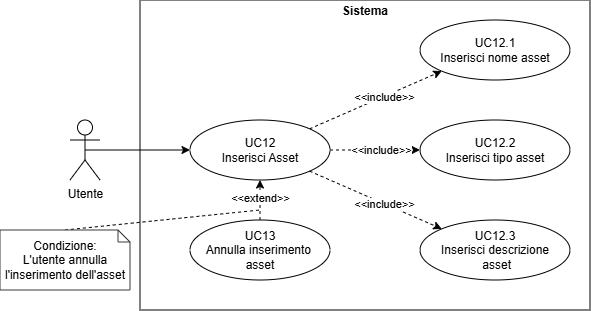
Before: src/images/diagrammiUML/UC-12.png, a diagram exported from draw.io (CoderiusGroup/Documentazione). Source tidied: cells renumbered, new cells last; positions are measured from the earlier drawing's top-left corner, leaving out a move shared by most shapes.
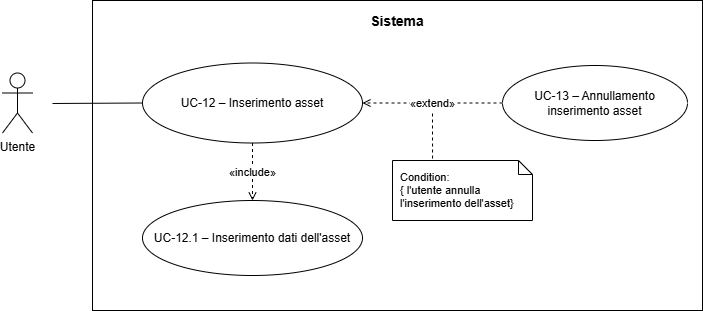
After the commit.

What changed in the source:
```diff
@@ -2,61 +2,39 @@
   <root>
     <mxCell id="0" />
     <mxCell id="1" parent="0" />
-    <mxCell id="2" value="&lt;p style=&quot;margin:0px;margin-top:4px;text-align:center;&quot;&gt;&lt;b&gt;Sistema&lt;/b&gt;&lt;/p&gt;" style="verticalAlign=top;align=left;overflow=fill;html=1;whiteSpace=wrap;fontColor=#000000;" parent="1" vertex="1">
-      <mxGeometry x="140" width="450" height="310" as="geometry" />
+    <mxCell id="2" value="&lt;b&gt;Sistema&lt;/b&gt;" style="rounded=0;whiteSpace=wrap;html=1;fillColor=none;strokeColor=#000000;strokeWidth=1;align=center;verticalAlign=top;fontSize=14;spacingTop=6;fontStyle=0;" parent="1" vertex="1">
+      <mxGeometry x="-10" y="-250" width="610" height="310" as="geometry" />
     </mxCell>
-    <mxCell id="3" style="edgeStyle=orthogonalEdgeStyle;rounded=0;jettySize=auto;html=1;exitX=0.5;exitY=0.5;exitDx=0;exitDy=0;exitPerimeter=0;entryX=0;entryY=0.5;entryDx=0;entryDy=0;" parent="1" edge="1" source="4" target="7">
-      <mxGeometry relative="1" as="geometry" />
-    </mxCell>
     <mxCell id="4" value="Utente" style="shape=umlActor;verticalLabelPosition=bottom;verticalAlign=top;html=1;outlineConnect=0;" parent="1" vertex="1">
-      <mxGeometry x="70" y="120" width="30" height="60" as="geometry" />
+      <mxGeometry x="-100" y="-177.5" width="30" height="60" as="geometry" />
     </mxCell>
-    <mxCell id="5" style="rounded=0;jettySize=auto;html=1;exitX=1;exitY=0;exitDx=0;exitDy=0;entryX=0;entryY=1;entryDx=0;entryDy=0;dashed=1;endArrow=classic;endFill=1;" parent="1" edge="1" source="7" target="8">
-      <mxGeometry relative="1" as="geometry" />
-    </mxCell>
-    <mxCell id="6" value="&amp;lt;&amp;lt;include&amp;gt;&amp;gt;" style="edgeLabel;html=1;align=center;verticalAlign=middle;" parent="5" vertex="1">
-      <mxGeometry x="0.13" relative="1" as="geometry" />
-    </mxCell>
-    <mxCell id="7" value="UC12&lt;div&gt;Inserisci Asset&lt;/div&gt;" style="ellipse;html=1;whiteSpace=wrap;" parent="1" vertex="1">
-      <mxGeometry x="190" y="120" width="140" height="60" as="geometry" />
-    </mxCell>
-    <mxCell id="8" value="UC12.1&lt;div&gt;Inserisci nome asset&lt;/div&gt;" style="ellipse;html=1;whiteSpace=wrap;" parent="1" vertex="1">
-      <mxGeometry x="420" y="20" width="150" height="60" as="geometry" />
-    </mxCell>
-    <mxCell id="9" value="UC12.2&lt;div&gt;Inserisci tipo asset&lt;/div&gt;" style="ellipse;html=1;whiteSpace=wrap;" parent="1" vertex="1">
-      <mxGeometry x="420" y="120" width="150" height="60" as="geometry" />
-    </mxCell>
-    <mxCell id="10" value="UC12.3&lt;div&gt;Inserisci descrizione&lt;/div&gt;&lt;div&gt;&amp;nbsp;asset&lt;/div&gt;" style="ellipse;html=1;whiteSpace=wrap;" parent="1" vertex="1">
-      <mxGeometry x="420" y="220" width="150" height="60" as="geometry" />
-    </mxCell>
-    <mxCell id="11" style="rounded=0;jettySize=auto;html=1;exitX=1;exitY=0.5;exitDx=0;exitDy=0;entryX=0;entryY=0.5;entryDx=0;entryDy=0;dashed=1;endArrow=classic;endFill=1;" parent="1" edge="1" source="7" target="9">
-      <mxGeometry relative="1" as="geometry" />
-    </mxCell>
-    <mxCell id="12" value="&amp;lt;&amp;lt;include&amp;gt;&amp;gt;" style="edgeLabel;html=1;align=center;verticalAlign=middle;" parent="11" vertex="1">
-      <mxGeometry x="0.13" relative="1" as="geometry" />
-    </mxCell>
-    <mxCell id="13" style="rounded=0;jettySize=auto;html=1;exitX=1;exitY=1;exitDx=0;exitDy=0;entryX=0;entryY=0;entryDx=0;entryDy=0;dashed=1;endArrow=classic;endFill=1;" parent="1" edge="1" source="7" target="10">
-      <mxGeometry relative="1" as="geometry" />
-    </mxCell>
-    <mxCell id="14" value="&amp;lt;&amp;lt;include&amp;gt;&amp;gt;" style="edgeLabel;html=1;align=center;verticalAlign=middle;" parent="13" vertex="1">
-      <mxGeometry x="0.13" relative="1" as="geometry" />
-    </mxCell>
-    <mxCell id="15" value="UC13&lt;div&gt;Annulla inserimento&amp;nbsp;&lt;/div&gt;&lt;div&gt;asset&lt;/div&gt;" style="ellipse;html=1;whiteSpace=wrap;" parent="1" vertex="1">
-      <mxGeometry x="190" y="220" width="140" height="60" as="geometry" />
-    </mxCell>
-    <mxCell id="16" style="rounded=0;jettySize=auto;html=1;exitX=0.5;exitY=0;exitDx=0;exitDy=0;dashed=1;endArrow=classic;endFill=1;entryX=0.5;entryY=1;entryDx=0;entryDy=0;" parent="1" edge="1" source="15" target="7">
-      <mxGeometry relative="1" as="geometry" />
-    </mxCell>
-    <mxCell id="17" value="&amp;lt;&amp;lt;extend&amp;gt;&amp;gt;" style="edgeLabel;html=1;align=center;verticalAlign=middle;" parent="16" vertex="1">
-      <mxGeometry x="0.13" relative="1" as="geometry" />
-    </mxCell>
-    <mxCell id="18" style="rounded=0;jettySize=auto;html=1;exitX=0.5;exitY=0;exitDx=0;exitDy=0;exitPerimeter=0;dashed=1;endArrow=none;endFill=0;" parent="1" edge="1" source="19">
-      <mxGeometry relative="1" as="geometry">
-        <mxPoint x="260" y="210" as="targetPoint" />
-      </mxGeometry>
-    </mxCell>
-    <mxCell id="19" value="&lt;div&gt;Condizione:&lt;/div&gt;&lt;div&gt;L'utente annulla&lt;/div&gt;&lt;div&gt;l'inserimento dell'asset&lt;/div&gt;" style="shape=note;size=12;whiteSpace=wrap;html=1;fillColor=light-dark(#FFFFFF,#FEFFDD);strokeColor=#36393d;gradientColor=none;fillStyle=solid;fontColor=light-dark(#000000,#000000);labelBackgroundColor=none;" parent="1" vertex="1">
-      <mxGeometry y="230" width="130" height="60" as="geometry" />
-    </mxCell>
+    <mxCell id="20" value="UC-12 – Inserimento asset" style="ellipse;whiteSpace=wrap;html=1;fillColor=#ffffff;strokeColor=#000000;strokeWidth=1;fontSize=12;" parent="1" vertex="1">
+      <mxGeometry x="40" y="-187.5" width="220" height="80" as="geometry" />
+    </mxCell>
+    <mxCell id="21" value="UC-13 – Annullamento inserimento asset" style="ellipse;whiteSpace=wrap;html=1;fillColor=#ffffff;strokeColor=#000000;strokeWidth=1;fontSize=12;" parent="1" vertex="1">
+      <mxGeometry x="400" y="-185" width="185" height="75" as="geometry" />
+    </mxCell>
+    <mxCell id="22" value="UC-12.1 – Inserimento dati dell'asset" style="ellipse;whiteSpace=wrap;html=1;fillColor=#ffffff;strokeColor=#000000;strokeWidth=1;fontSize=12;" parent="1" vertex="1">
+      <mxGeometry x="40" y="-50" width="220" height="75" as="geometry" />
+    </mxCell>
+    <mxCell id="23" style="endArrow=none;html=1;strokeColor=#000000;strokeWidth=1;entryX=0;entryY=0.5;entryDx=0;entryDy=0;" parent="1" edge="1" target="20">
+      <mxGeometry relative="1" as="geometry">
+        <mxPoint x="-50" y="-147" as="sourcePoint" />
+      </mxGeometry>
+    </mxCell>
+    <mxCell id="24" value="«include»" style="dashed=1;endArrow=open;endFill=0;html=1;strokeColor=#000000;strokeWidth=1;fontSize=11;exitX=0.5;exitY=1;exitDx=0;exitDy=0;entryX=0.5;entryY=0;entryDx=0;entryDy=0;" parent="1" edge="1" source="20" target="22">
+      <mxGeometry relative="1" as="geometry" />
+    </mxCell>
+    <mxCell id="25" value="«extend»" style="dashed=1;endArrow=open;endFill=0;html=1;strokeColor=#000000;strokeWidth=1;fontSize=11;exitX=0;exitY=0.5;exitDx=0;exitDy=0;entryX=1;entryY=0.5;entryDx=0;entryDy=0;" parent="1" edge="1" source="21" target="20">
+      <mxGeometry relative="1" as="geometry" />
+    </mxCell>
+    <mxCell id="26" value="Condition:&lt;div&gt;{ l'utente annulla l'inserimento dell'asset}&lt;/div&gt;" style="shape=note;whiteSpace=wrap;html=1;backgroundOutline=1;size=14;fillColor=#ffffff;strokeColor=#000000;fontSize=11;align=left;spacingLeft=6;" parent="1" vertex="1">
+      <mxGeometry x="290" y="-90" width="140" height="60" as="geometry" />
+    </mxCell>
+    <mxCell id="27" style="dashed=1;endArrow=none;html=1;strokeColor=#000000;strokeWidth=1;exitX=0.286;exitY=-0.033;exitDx=0;exitDy=0;exitPerimeter=0;" parent="1" edge="1" source="26">
+      <mxGeometry relative="1" as="geometry">
+        <mxPoint x="330" y="-140" as="targetPoint" />
+      </mxGeometry>
+    </mxCell>
   </root>
 </mxGraphModel>
```
